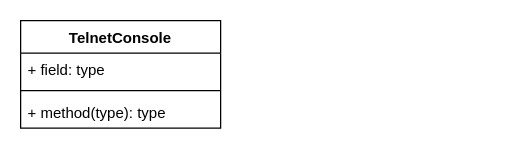
The draw.io diagram page "client" (6 of 14) of arthas.drawio in tadsimons/draw, before the edit. Source tidied: cells renumbered, new cells numbered last; positions are measured from the earlier drawing's top-left corner, leaving out a move shared by most shapes. Both pictures are drawn from the tidied source at 125%, with x=0, y=0 at pixel (20, 20).
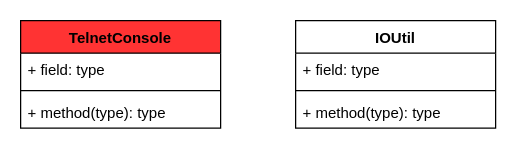
The same page after the edit.

What changed in the source:
```diff
@@
 <mxGraphModel>
   <root>
     <mxCell id="0" />
     <mxCell id="1" parent="0" />
-    <mxCell id="2" value="TelnetConsole" style="swimlane;fontStyle=1;align=center;verticalAlign=top;horizontal=1;startSize=26;shadow=0;strokeColor=#000000;fillColor=#FFFFFF;" parent="1" vertex="1">
+    <mxCell id="2" value="TelnetConsole" style="swimlane;fontStyle=1;align=center;verticalAlign=top;horizontal=1;startSize=26;shadow=0;strokeColor=#000000;fillColor=#FF3333;" parent="1" vertex="1">
       <mxGeometry width="160" height="86" as="geometry" />
     </mxCell>
     <mxCell id="3" value="+ field: type" style="text;strokeColor=none;fillColor=none;align=left;verticalAlign=top;spacingLeft=4;spacingRight=4;overflow=hidden;" parent="2" vertex="1">
       <mxGeometry y="26" width="160" height="26" as="geometry" />
     </mxCell>
     <mxCell id="4" style="line;strokeWidth=1;fillColor=none;align=left;verticalAlign=middle;spacingTop=-1;spacingLeft=3;spacingRight=3;labelPosition=right;" parent="2" vertex="1">
       <mxGeometry y="52" width="160" height="8" as="geometry" />
     </mxCell>
     <mxCell id="5" value="+ method(type): type" style="text;strokeColor=none;fillColor=none;align=left;verticalAlign=top;spacingLeft=4;spacingRight=4;overflow=hidden;" parent="2" vertex="1">
       <mxGeometry y="60" width="160" height="26" as="geometry" />
     </mxCell>
+    <mxCell id="6" value="IOUtil" style="swimlane;fontStyle=1;align=center;verticalAlign=top;horizontal=1;startSize=26;shadow=0;strokeColor=#000000;fillColor=#FFFFFF;" parent="1" vertex="1">
+      <mxGeometry x="220" width="160" height="86" as="geometry" />
+    </mxCell>
+    <mxCell id="7" value="+ field: type" style="text;strokeColor=none;fillColor=none;align=left;verticalAlign=top;spacingLeft=4;spacingRight=4;overflow=hidden;" parent="6" vertex="1">
+      <mxGeometry y="26" width="160" height="26" as="geometry" />
+    </mxCell>
+    <mxCell id="8" style="line;strokeWidth=1;fillColor=none;align=left;verticalAlign=middle;spacingTop=-1;spacingLeft=3;spacingRight=3;labelPosition=right;" parent="6" vertex="1">
+      <mxGeometry y="52" width="160" height="8" as="geometry" />
+    </mxCell>
+    <mxCell id="9" value="+ method(type): type" style="text;strokeColor=none;fillColor=none;align=left;verticalAlign=top;spacingLeft=4;spacingRight=4;overflow=hidden;" parent="6" vertex="1">
+      <mxGeometry y="60" width="160" height="26" as="geometry" />
+    </mxCell>
   </root>
 </mxGraphModel>
```
